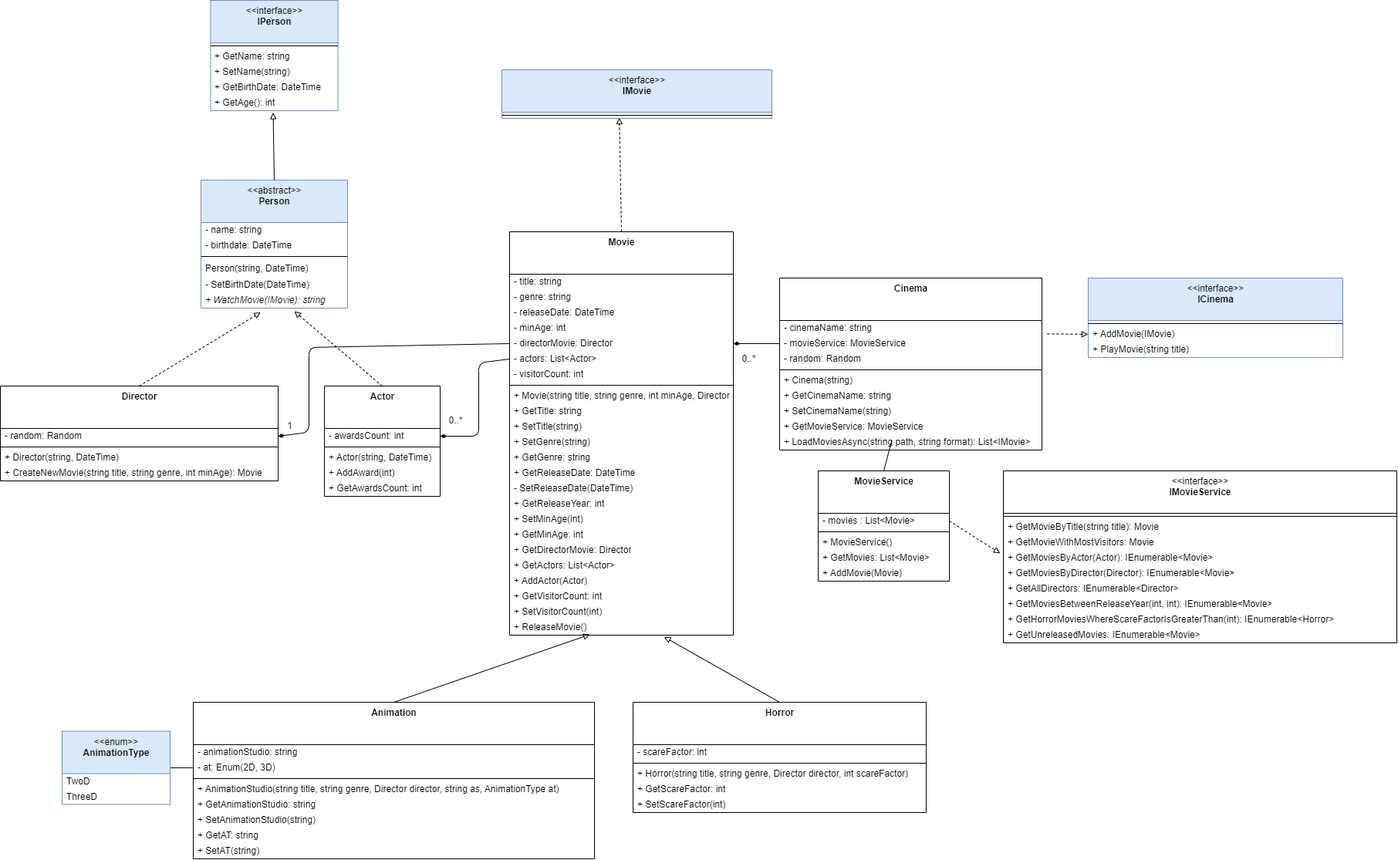
DuncanRoland/Pre-Examen1-movies keeps this draw.io diagram as opgave/uml-schema.png. Above is the earlier version. Source tidied: cells renumbered, new cells last; positions are measured from the earlier drawing's top-left corner, leaving out a move shared by most shapes.
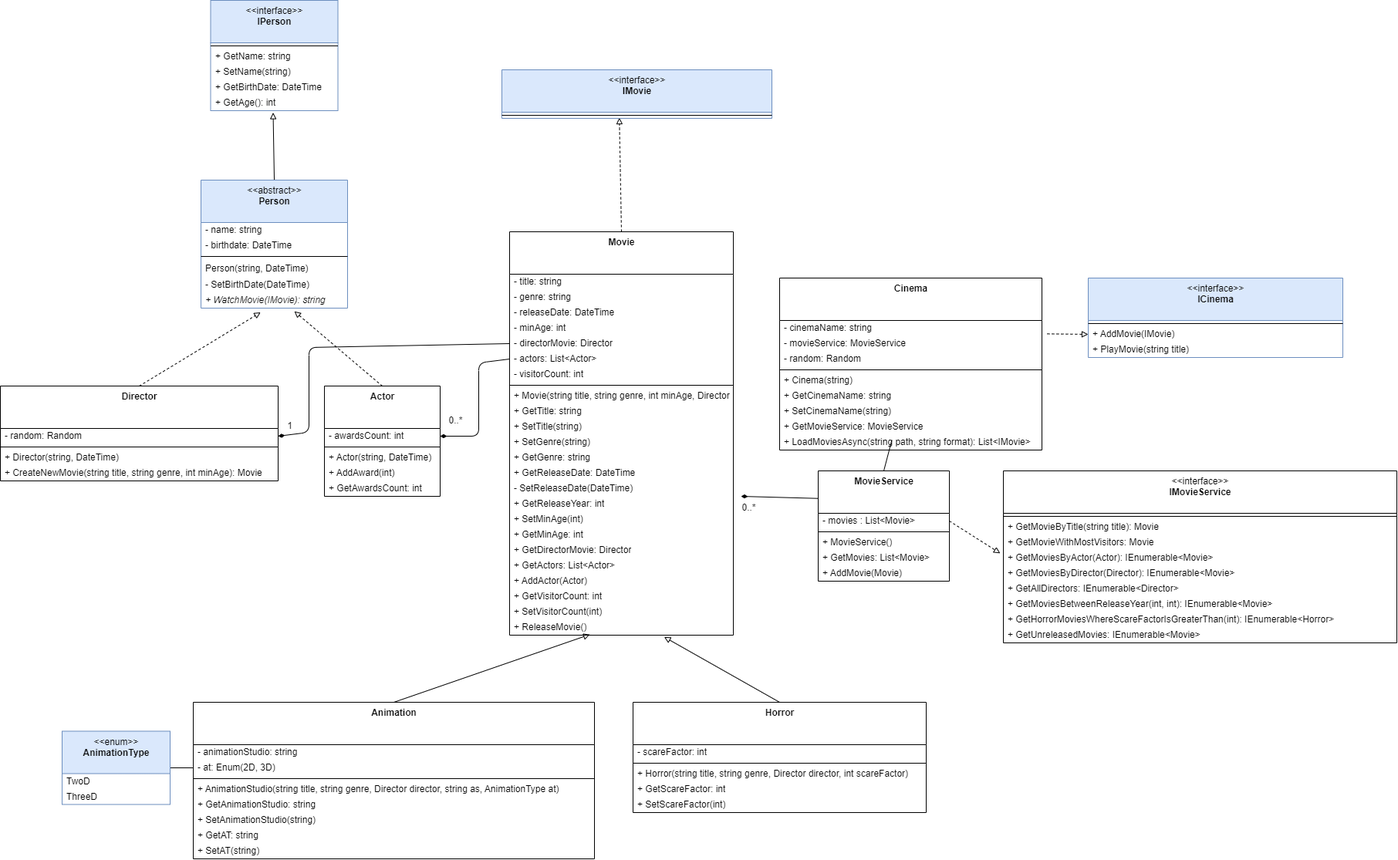
The same file after the commit.

Commit message:
Update UML-schema

Diff of the diagram source:
```diff
@@ -338,9 +338,6 @@
     <mxCell id="109" style="edgeStyle=none;html=1;exitX=0;exitY=0.5;exitDx=0;exitDy=0;entryX=1.017;entryY=0.867;entryDx=0;entryDy=0;entryPerimeter=0;endArrow=none;endFill=0;startArrow=block;startFill=0;dashed=1;" parent="1" edge="1" source="86" target="75">
       <mxGeometry relative="1" as="geometry" />
     </mxCell>
-    <mxCell id="110" style="edgeStyle=none;html=1;exitX=0;exitY=0.5;exitDx=0;exitDy=0;entryX=1;entryY=0.5;entryDx=0;entryDy=0;endArrow=diamondThin;endFill=1;startArrow=none;startFill=0;" parent="1" edge="1" source="76" target="22">
-      <mxGeometry relative="1" as="geometry" />
-    </mxCell>
     <mxCell id="111" value="1" style="text;html=1;align=center;verticalAlign=middle;strokeColor=none;fillColor=none;" parent="1" vertex="1">
       <mxGeometry x="360" y="536.5" width="30" height="30" as="geometry" />
     </mxCell>
@@ -348,7 +345,7 @@
       <mxGeometry x="570" y="530" width="40" height="30" as="geometry" />
     </mxCell>
     <mxCell id="113" value="0..*" style="text;html=1;align=center;verticalAlign=middle;strokeColor=none;fillColor=none;" parent="1" vertex="1">
-      <mxGeometry x="950" y="450" width="40" height="30" as="geometry" />
+      <mxGeometry x="950" y="643" width="40" height="30" as="geometry" />
     </mxCell>
     <mxCell id="114" style="edgeStyle=none;html=1;exitX=1;exitY=0.5;exitDx=0;exitDy=0;entryX=-0.008;entryY=1.193;entryDx=0;entryDy=0;entryPerimeter=0;endArrow=block;endFill=0;dashed=1;" parent="1" edge="1" source="100" target="91">
       <mxGeometry relative="1" as="geometry" />
@@ -359,5 +356,10 @@
     <mxCell id="116" style="line;strokeWidth=1;fillColor=none;align=left;verticalAlign=middle;spacingTop=-1;spacingLeft=3;spacingRight=3;labelPosition=right;points=[];portConstraint=eastwest;" parent="115" vertex="1">
       <mxGeometry y="55" width="350" height="8" as="geometry" />
     </mxCell>
+    <mxCell id="117" style="edgeStyle=none;html=1;exitX=0;exitY=0.25;exitDx=0;exitDy=0;entryX=1;entryY=0.5;entryDx=0;entryDy=0;endArrow=diamondThin;endFill=1;startArrow=none;startFill=0;" parent="1" edge="1" source="99">
+      <mxGeometry relative="1" as="geometry">
+        <mxPoint x="960" y="643" as="targetPoint" />
+      </mxGeometry>
+    </mxCell>
   </root>
 </mxGraphModel>
```
